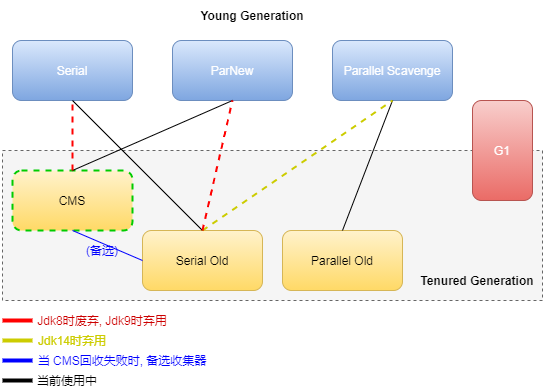
Earlier version of the draw.io export 垃圾收集器的组合关系.png (ShawnJoen/draw-picture). Source tidied: cells renumbered, new cells last; positions are measured from the earlier drawing's top-left corner, leaving out a move shared by most shapes.
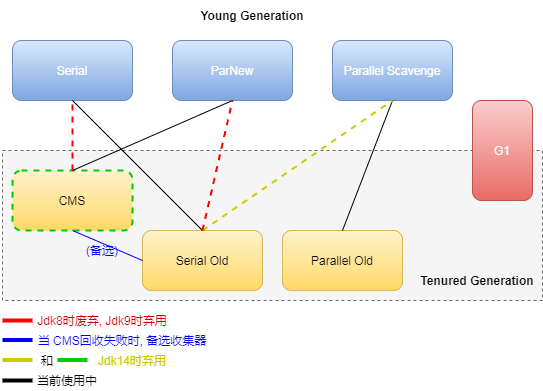
Above is the later version.

Commit message:
Update 垃圾收集器的组合关系.png

Diff of the diagram source:
```diff
@@ -71,30 +71,39 @@
     </mxCell>
     <mxCell id="22" style="endArrow=none;html=1;strokeWidth=4;strokeColor=#CCCC00;" parent="1" edge="1">
       <mxGeometry relative="1" as="geometry">
-        <mxPoint y="340" as="sourcePoint" />
-        <mxPoint x="30" y="340" as="targetPoint" />
+        <mxPoint y="359.5" as="sourcePoint" />
+        <mxPoint x="30" y="359.5" as="targetPoint" />
       </mxGeometry>
     </mxCell>
     <mxCell id="23" style="endArrow=none;html=1;strokeWidth=4;strokeColor=#0000FF;" parent="1" edge="1">
       <mxGeometry relative="1" as="geometry">
-        <mxPoint y="360" as="sourcePoint" />
-        <mxPoint x="30" y="360" as="targetPoint" />
+        <mxPoint y="339.5" as="sourcePoint" />
+        <mxPoint x="30" y="339.5" as="targetPoint" />
       </mxGeometry>
     </mxCell>
     <mxCell id="24" value="&lt;font color=&quot;#cccc00&quot;&gt;Jdk14时弃用&lt;/font&gt;" style="text;html=1;strokeColor=none;fillColor=none;align=center;verticalAlign=middle;whiteSpace=wrap;rounded=0;dashed=1;" parent="1" vertex="1">
-      <mxGeometry x="30" y="330" width="80" height="20" as="geometry" />
+      <mxGeometry x="90" y="350" width="80" height="20" as="geometry" />
     </mxCell>
     <mxCell id="25" value="&lt;font color=&quot;#0000ff&quot;&gt;当 CMS回收失败时, 备选收集器&lt;/font&gt;" style="text;html=1;strokeColor=none;fillColor=none;align=center;verticalAlign=middle;whiteSpace=wrap;rounded=0;dashed=1;" parent="1" vertex="1">
-      <mxGeometry x="30" y="350" width="180" height="20" as="geometry" />
+      <mxGeometry x="30" y="330" width="180" height="20" as="geometry" />
     </mxCell>
-    <mxCell id="26" style="endArrow=none;html=1;strokeWidth=4;" parent="1" edge="1">
+    <mxCell id="26" style="endArrow=none;html=1;strokeWidth=4;strokeColor=#00CC00;" parent="1" edge="1">
       <mxGeometry relative="1" as="geometry">
-        <mxPoint y="380" as="sourcePoint" />
-        <mxPoint x="30" y="380" as="targetPoint" />
+        <mxPoint x="55" y="359.5" as="sourcePoint" />
+        <mxPoint x="85" y="359.5" as="targetPoint" />
       </mxGeometry>
     </mxCell>
+    <mxCell id="28" style="endArrow=none;html=1;strokeWidth=4;" parent="1" edge="1">
+      <mxGeometry relative="1" as="geometry">
+        <mxPoint y="380" as="sourcePoint" />
+        <mxPoint x="30" y="380" as="targetPoint" />
+      </mxGeometry>
+    </mxCell>
     <mxCell id="27" value="当前使用中" style="text;html=1;strokeColor=none;fillColor=none;align=center;verticalAlign=middle;whiteSpace=wrap;rounded=0;dashed=1;" parent="1" vertex="1">
       <mxGeometry x="30" y="370" width="70" height="20" as="geometry" />
     </mxCell>
+    <mxCell id="29" value="和" style="text;html=1;strokeColor=none;fillColor=none;align=center;verticalAlign=middle;whiteSpace=wrap;rounded=0;" parent="1" vertex="1">
+      <mxGeometry x="30" y="350" width="30" height="20" as="geometry" />
+    </mxCell>
   </root>
 </mxGraphModel>
```
